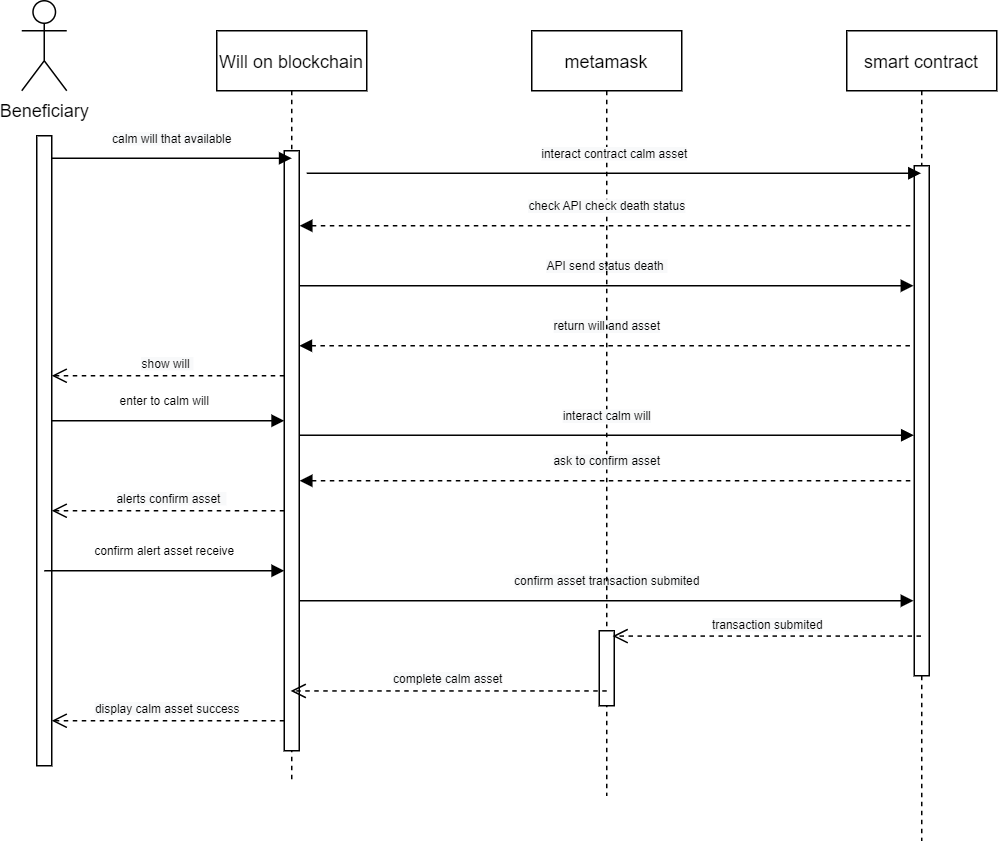
nitirod1/LatexWillChain keeps this draw.io diagram as images/calmAssetseq.png. Above is the earlier version. Source tidied: cells renumbered, new cells last; positions are measured from the earlier drawing's top-left corner, leaving out a move shared by most shapes. Its diagram source:
```xml
<mxGraphModel>
  <root>
    <mxCell id="0" />
    <mxCell id="1" parent="0" />
    <mxCell id="2" value="Will on blockchain" style="shape=umlLifeline;perimeter=lifelinePerimeter;rounded=0;shadow=0;strokeWidth=1;" parent="1" vertex="1">
      <mxGeometry x="130" y="20" width="100" height="500" as="geometry" />
    </mxCell>
    <mxCell id="3" style="perimeter=orthogonalPerimeter;rounded=0;shadow=0;strokeWidth=1;" parent="2" vertex="1">
      <mxGeometry x="45" y="80" width="10" height="400" as="geometry" />
    </mxCell>
    <mxCell id="4" value="&lt;span style=&quot;background-color: rgb(248, 249, 250);&quot;&gt;confirm asset transaction submited&lt;/span&gt;" style="html=1;verticalAlign=bottom;endArrow=block;rounded=0;fontSize=8;elbow=vertical;" parent="2" edge="1">
      <mxGeometry y="5" relative="1" as="geometry">
        <mxPoint x="55" y="380" as="sourcePoint" />
        <mxPoint x="464.5" y="380" as="targetPoint" />
      </mxGeometry>
    </mxCell>
    <mxCell id="5" value="&lt;span style=&quot;background-color: rgb(248, 249, 250);&quot;&gt;return will and asset&lt;/span&gt;" style="html=1;verticalAlign=bottom;endArrow=none;rounded=0;fontSize=8;elbow=vertical;endFill=0;startArrow=block;startFill=1;dashed=1;" parent="2" edge="1">
      <mxGeometry y="5" relative="1" as="geometry">
        <mxPoint x="55" y="210" as="sourcePoint" />
        <mxPoint x="464.5" y="210" as="targetPoint" />
      </mxGeometry>
    </mxCell>
    <mxCell id="6" value="&lt;span style=&quot;background-color: rgb(248, 249, 250);&quot;&gt;show will&amp;nbsp;&lt;/span&gt;" style="html=1;verticalAlign=bottom;endArrow=open;dashed=1;endSize=8;rounded=0;fontSize=8;elbow=vertical;" parent="2" edge="1">
      <mxGeometry relative="1" as="geometry">
        <mxPoint x="45" y="230" as="sourcePoint" />
        <mxPoint x="-110" y="230" as="targetPoint" />
      </mxGeometry>
    </mxCell>
    <mxCell id="7" value="&lt;span style=&quot;background-color: rgb(248, 249, 250);&quot;&gt;API send status death&amp;nbsp;&lt;/span&gt;" style="html=1;verticalAlign=bottom;endArrow=block;rounded=0;fontSize=8;elbow=vertical;" parent="2" edge="1">
      <mxGeometry y="5" relative="1" as="geometry">
        <mxPoint x="55" y="170" as="sourcePoint" />
        <mxPoint x="464.5" y="170" as="targetPoint" />
      </mxGeometry>
    </mxCell>
    <mxCell id="8" value="enter to calm will" style="html=1;verticalAlign=bottom;endArrow=block;rounded=0;fontSize=8;elbow=vertical;" parent="2" edge="1">
      <mxGeometry y="5" relative="1" as="geometry">
        <mxPoint x="-115" y="260" as="sourcePoint" />
        <mxPoint x="45" y="260" as="targetPoint" />
      </mxGeometry>
    </mxCell>
    <mxCell id="9" value="Beneficiary" style="shape=umlActor;verticalLabelPosition=bottom;verticalAlign=top;html=1;" parent="1" vertex="1">
      <mxGeometry width="30" height="60" as="geometry" />
    </mxCell>
    <mxCell id="10" style="perimeter=orthogonalPerimeter;rounded=0;shadow=0;strokeWidth=1;" parent="1" vertex="1">
      <mxGeometry x="10" y="90" width="10" height="420" as="geometry" />
    </mxCell>
    <mxCell id="11" value="&lt;span style=&quot;background-color: rgb(248, 249, 250);&quot;&gt;calm will that available&lt;/span&gt;" style="html=1;verticalAlign=bottom;endArrow=block;rounded=0;fontSize=8;elbow=vertical;" parent="1" edge="1">
      <mxGeometry y="5" relative="1" as="geometry">
        <mxPoint x="20" y="105" as="sourcePoint" />
        <mxPoint x="180" y="105" as="targetPoint" />
      </mxGeometry>
    </mxCell>
    <mxCell id="12" value="smart contract" style="shape=umlLifeline;perimeter=lifelinePerimeter;rounded=0;shadow=0;strokeWidth=1;" parent="1" vertex="1">
      <mxGeometry x="550" y="20" width="100" height="540" as="geometry" />
    </mxCell>
    <mxCell id="13" style="perimeter=orthogonalPerimeter;rounded=0;shadow=0;strokeWidth=1;" parent="12" vertex="1">
      <mxGeometry x="45" y="90" width="10" height="340" as="geometry" />
    </mxCell>
    <mxCell id="14" value="metamask" style="shape=umlLifeline;perimeter=lifelinePerimeter;rounded=0;shadow=0;strokeWidth=1;" parent="1" vertex="1">
      <mxGeometry x="340" y="20" width="100" height="510" as="geometry" />
    </mxCell>
    <mxCell id="15" style="points=[];perimeter=orthogonalPerimeter;rounded=0;shadow=0;strokeWidth=1;" parent="14" vertex="1">
      <mxGeometry x="45" y="400" width="10" height="50" as="geometry" />
    </mxCell>
    <mxCell id="16" value="&lt;span style=&quot;background-color: rgb(248, 249, 250);&quot;&gt;interact contract calm asset&lt;/span&gt;" style="html=1;verticalAlign=bottom;endArrow=block;rounded=0;fontSize=8;elbow=vertical;" parent="1" edge="1" target="12">
      <mxGeometry y="5" relative="1" as="geometry">
        <mxPoint x="190" y="115" as="sourcePoint" />
      </mxGeometry>
    </mxCell>
    <mxCell id="17" value="&lt;span style=&quot;background-color: rgb(248, 249, 250);&quot;&gt;check API check death status&lt;/span&gt;" style="html=1;verticalAlign=bottom;endArrow=none;rounded=0;fontSize=8;elbow=vertical;endFill=0;startArrow=block;startFill=1;dashed=1;" parent="1" edge="1">
      <mxGeometry y="5" relative="1" as="geometry">
        <mxPoint x="185.2" y="150" as="sourcePoint" />
        <mxPoint x="594.8" y="150" as="targetPoint" />
      </mxGeometry>
    </mxCell>
    <mxCell id="18" value="&lt;span style=&quot;background-color: rgb(248, 249, 250);&quot;&gt;transaction submited&lt;/span&gt;" style="html=1;verticalAlign=bottom;endArrow=open;dashed=1;endSize=8;rounded=0;fontSize=8;elbow=vertical;entryX=0.893;entryY=0.071;entryDx=0;entryDy=0;entryPerimeter=0;" parent="1" edge="1" source="12" target="15">
      <mxGeometry relative="1" as="geometry" />
    </mxCell>
    <mxCell id="19" value="&lt;span style=&quot;background-color: rgb(248, 249, 250);&quot;&gt;display calm asset success&lt;/span&gt;" style="html=1;verticalAlign=bottom;endArrow=open;dashed=1;endSize=8;rounded=0;fontSize=8;elbow=vertical;" parent="1" edge="1">
      <mxGeometry relative="1" as="geometry">
        <mxPoint x="175" y="480" as="sourcePoint" />
        <mxPoint x="20" y="480" as="targetPoint" />
      </mxGeometry>
    </mxCell>
    <mxCell id="20" value="&lt;span style=&quot;background-color: rgb(248, 249, 250);&quot;&gt;complete calm asset&lt;/span&gt;" style="html=1;verticalAlign=bottom;endArrow=open;dashed=1;endSize=8;rounded=0;fontSize=8;elbow=vertical;exitX=0.5;exitY=0.863;exitDx=0;exitDy=0;exitPerimeter=0;" parent="1" edge="1" source="14" target="2">
      <mxGeometry relative="1" as="geometry" />
    </mxCell>
    <mxCell id="21" value="&lt;span style=&quot;background-color: rgb(248, 249, 250);&quot;&gt;ask to confirm asset&lt;/span&gt;" style="html=1;verticalAlign=bottom;endArrow=none;rounded=0;fontSize=8;elbow=vertical;endFill=0;startArrow=block;startFill=1;dashed=1;" parent="1" edge="1">
      <mxGeometry y="5" relative="1" as="geometry">
        <mxPoint x="185.2" y="320" as="sourcePoint" />
        <mxPoint x="594.8" y="320" as="targetPoint" />
      </mxGeometry>
    </mxCell>
    <mxCell id="22" value="&lt;span style=&quot;background-color: rgb(248, 249, 250);&quot;&gt;interact calm will&lt;/span&gt;" style="html=1;verticalAlign=bottom;endArrow=block;rounded=0;fontSize=8;elbow=vertical;" parent="1" edge="1">
      <mxGeometry y="5" relative="1" as="geometry">
        <mxPoint x="185.2" y="289.7" as="sourcePoint" />
        <mxPoint x="594.8" y="289.7" as="targetPoint" />
      </mxGeometry>
    </mxCell>
    <mxCell id="23" value="&lt;span style=&quot;background-color: rgb(248, 249, 250);&quot;&gt;alerts confirm asset&amp;nbsp;&amp;nbsp;&lt;/span&gt;" style="html=1;verticalAlign=bottom;endArrow=open;dashed=1;endSize=8;rounded=0;fontSize=8;elbow=vertical;" parent="1" edge="1">
      <mxGeometry x="-0.03" relative="1" as="geometry">
        <mxPoint x="175" y="340" as="sourcePoint" />
        <mxPoint x="20" y="340" as="targetPoint" />
      </mxGeometry>
    </mxCell>
    <mxCell id="24" value="confirm alert asset receive" style="html=1;verticalAlign=bottom;endArrow=block;rounded=0;fontSize=8;elbow=vertical;" parent="1" edge="1">
      <mxGeometry y="5" relative="1" as="geometry">
        <mxPoint x="15" y="380" as="sourcePoint" />
        <mxPoint x="175" y="380" as="targetPoint" />
      </mxGeometry>
    </mxCell>
  </root>
</mxGraphModel>
```
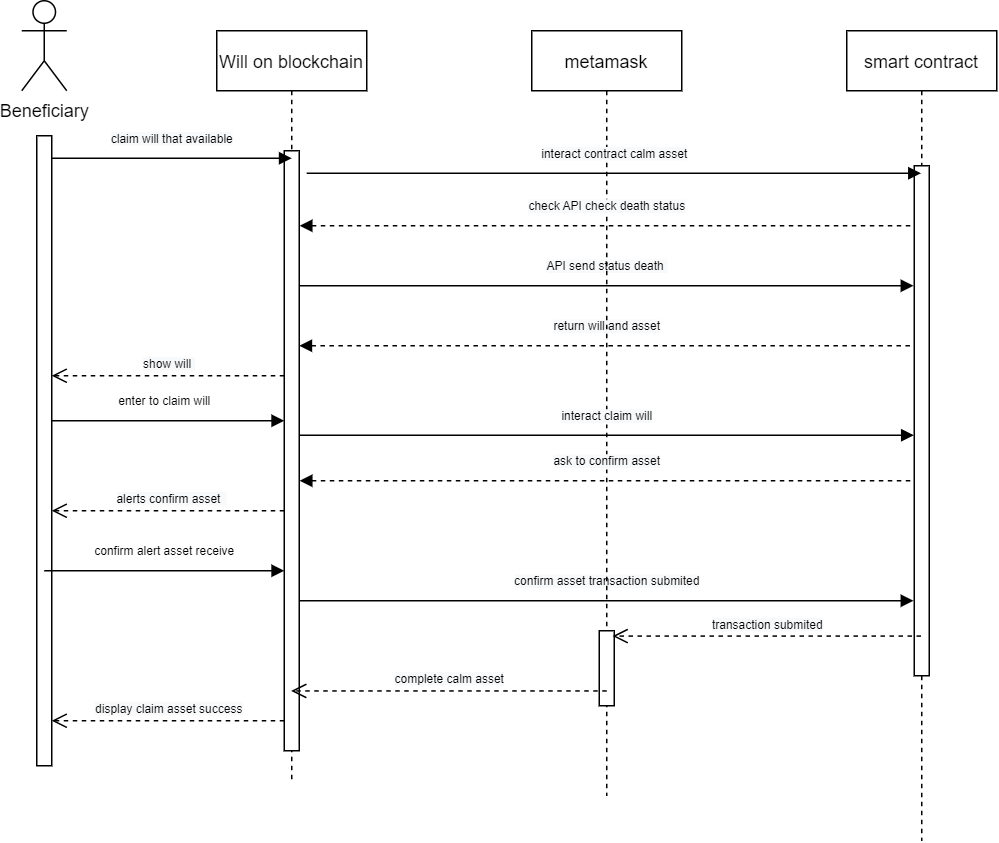
After the commit.

The edit, as a diff of the source:
```diff
@@ -32,7 +32,7 @@
         <mxPoint x="464.5" y="170" as="targetPoint" />
       </mxGeometry>
     </mxCell>
-    <mxCell id="8" value="enter to calm will" style="html=1;verticalAlign=bottom;endArrow=block;rounded=0;fontSize=8;elbow=vertical;" parent="2" edge="1">
+    <mxCell id="8" value="enter to claim will" style="html=1;verticalAlign=bottom;endArrow=block;rounded=0;fontSize=8;elbow=vertical;" parent="2" edge="1">
       <mxGeometry y="5" relative="1" as="geometry">
         <mxPoint x="-115" y="260" as="sourcePoint" />
         <mxPoint x="45" y="260" as="targetPoint" />
@@ -44,7 +44,7 @@
     <mxCell id="10" style="perimeter=orthogonalPerimeter;rounded=0;shadow=0;strokeWidth=1;" parent="1" vertex="1">
       <mxGeometry x="10" y="90" width="10" height="420" as="geometry" />
     </mxCell>
-    <mxCell id="11" value="&lt;span style=&quot;background-color: rgb(248, 249, 250);&quot;&gt;calm will that available&lt;/span&gt;" style="html=1;verticalAlign=bottom;endArrow=block;rounded=0;fontSize=8;elbow=vertical;" parent="1" edge="1">
+    <mxCell id="11" value="&lt;span style=&quot;background-color: rgb(248, 249, 250);&quot;&gt;claim will that available&lt;/span&gt;" style="html=1;verticalAlign=bottom;endArrow=block;rounded=0;fontSize=8;elbow=vertical;" parent="1" edge="1">
       <mxGeometry y="5" relative="1" as="geometry">
         <mxPoint x="20" y="105" as="sourcePoint" />
         <mxPoint x="180" y="105" as="targetPoint" />
@@ -76,7 +76,7 @@
     <mxCell id="18" value="&lt;span style=&quot;background-color: rgb(248, 249, 250);&quot;&gt;transaction submited&lt;/span&gt;" style="html=1;verticalAlign=bottom;endArrow=open;dashed=1;endSize=8;rounded=0;fontSize=8;elbow=vertical;entryX=0.893;entryY=0.071;entryDx=0;entryDy=0;entryPerimeter=0;" parent="1" edge="1" source="12" target="15">
       <mxGeometry relative="1" as="geometry" />
     </mxCell>
-    <mxCell id="19" value="&lt;span style=&quot;background-color: rgb(248, 249, 250);&quot;&gt;display calm asset success&lt;/span&gt;" style="html=1;verticalAlign=bottom;endArrow=open;dashed=1;endSize=8;rounded=0;fontSize=8;elbow=vertical;" parent="1" edge="1">
+    <mxCell id="19" value="&lt;span style=&quot;background-color: rgb(248, 249, 250);&quot;&gt;display claim asset success&lt;/span&gt;" style="html=1;verticalAlign=bottom;endArrow=open;dashed=1;endSize=8;rounded=0;fontSize=8;elbow=vertical;" parent="1" edge="1">
       <mxGeometry relative="1" as="geometry">
         <mxPoint x="175" y="480" as="sourcePoint" />
         <mxPoint x="20" y="480" as="targetPoint" />
@@ -91,7 +91,7 @@
         <mxPoint x="594.8" y="320" as="targetPoint" />
       </mxGeometry>
     </mxCell>
-    <mxCell id="22" value="&lt;span style=&quot;background-color: rgb(248, 249, 250);&quot;&gt;interact calm will&lt;/span&gt;" style="html=1;verticalAlign=bottom;endArrow=block;rounded=0;fontSize=8;elbow=vertical;" parent="1" edge="1">
+    <mxCell id="22" value="&lt;span style=&quot;background-color: rgb(248, 249, 250);&quot;&gt;interact claim will&lt;/span&gt;" style="html=1;verticalAlign=bottom;endArrow=block;rounded=0;fontSize=8;elbow=vertical;" parent="1" edge="1">
       <mxGeometry y="5" relative="1" as="geometry">
         <mxPoint x="185.2" y="289.7" as="sourcePoint" />
         <mxPoint x="594.8" y="289.7" as="targetPoint" />
```
